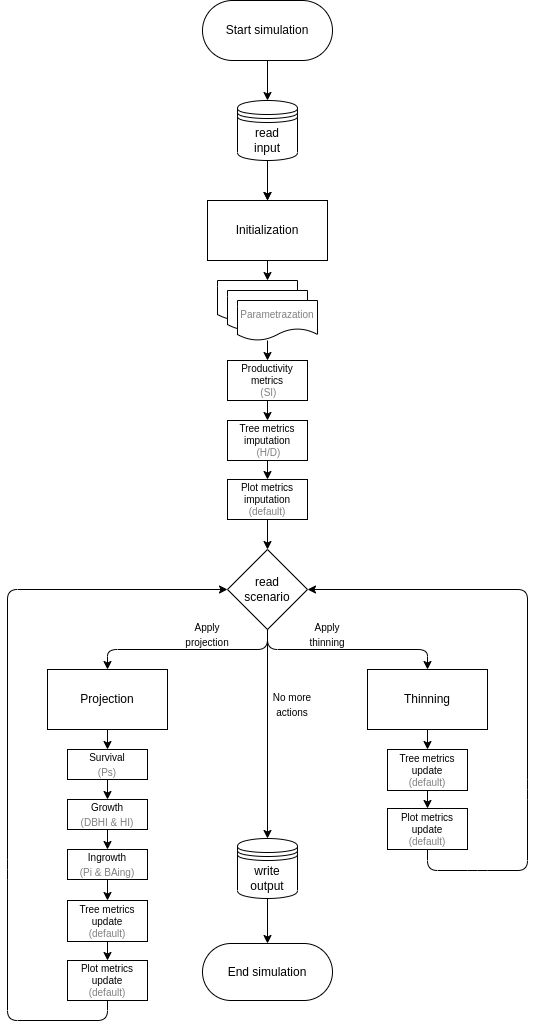
aitorvv/SIMANFOR_cloud_DSS keeps this draw.io diagram as 4_figures/simulator_core-ibero_model_integration.png. Above is the earlier version. Source tidied: cells renumbered, new cells last; positions are measured from the earlier drawing's top-left corner, leaving out a move shared by most shapes.
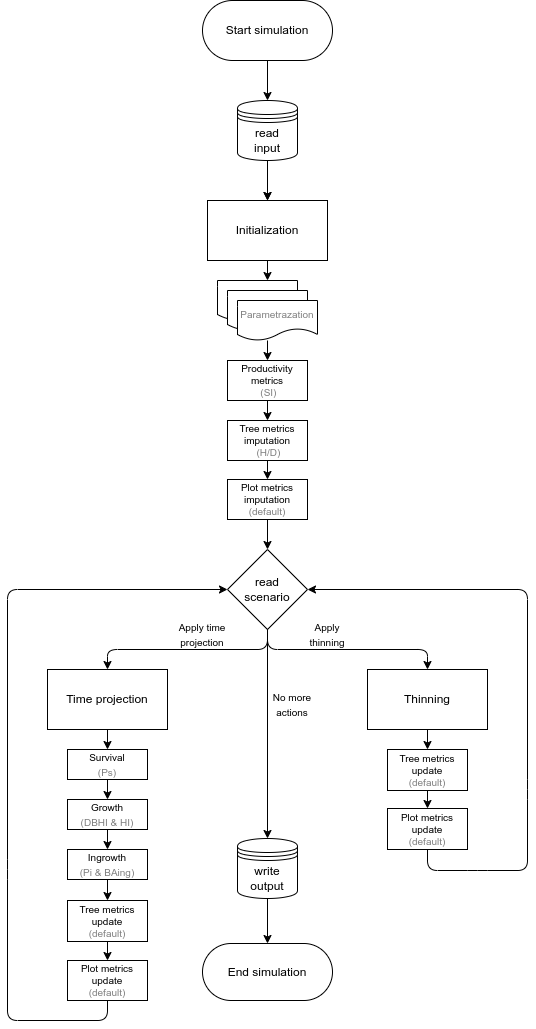
Later version of the same file.

The edit, as a diff of the source:
```diff
@@ -8,7 +8,7 @@
     <mxCell id="3" value="Initialization" style="rounded=0;whiteSpace=wrap;html=1;" parent="1" vertex="1">
       <mxGeometry x="200" y="200" width="120" height="60" as="geometry" />
     </mxCell>
-    <mxCell id="4" value="Projection" style="rounded=0;whiteSpace=wrap;html=1;" parent="1" vertex="1">
+    <mxCell id="4" value="Time projection" style="rounded=0;whiteSpace=wrap;html=1;" parent="1" vertex="1">
       <mxGeometry x="40" y="669" width="120" height="60" as="geometry" />
     </mxCell>
     <mxCell id="5" value="Thinning" style="rounded=0;whiteSpace=wrap;html=1;" parent="1" vertex="1">
@@ -100,8 +100,8 @@
     <mxCell id="23" value="&lt;font style=&quot;font-size: 10px;&quot;&gt;No more actions&lt;/font&gt;" style="text;html=1;strokeColor=none;fillColor=none;align=center;verticalAlign=middle;whiteSpace=wrap;rounded=0;" parent="1" vertex="1">
       <mxGeometry x="260" y="689" width="50" height="30" as="geometry" />
     </mxCell>
-    <mxCell id="24" value="&lt;font style=&quot;font-size: 10px;&quot;&gt;Apply projection&lt;/font&gt;" style="text;html=1;strokeColor=none;fillColor=none;align=center;verticalAlign=middle;whiteSpace=wrap;rounded=0;" parent="1" vertex="1">
-      <mxGeometry x="180" y="619" width="40" height="30" as="geometry" />
+    <mxCell id="24" value="&lt;font style=&quot;font-size: 10px;&quot;&gt;Apply time projection&lt;/font&gt;" style="text;html=1;strokeColor=none;fillColor=none;align=center;verticalAlign=middle;whiteSpace=wrap;rounded=0;" parent="1" vertex="1">
+      <mxGeometry x="170" y="619" width="50" height="30" as="geometry" />
     </mxCell>
     <mxCell id="25" value="&lt;font style=&quot;font-size: 10px;&quot;&gt;Apply thinning&lt;/font&gt;" style="text;html=1;strokeColor=none;fillColor=none;align=center;verticalAlign=middle;whiteSpace=wrap;rounded=0;" parent="1" vertex="1">
       <mxGeometry x="300" y="619" width="40" height="30" as="geometry" />
```
